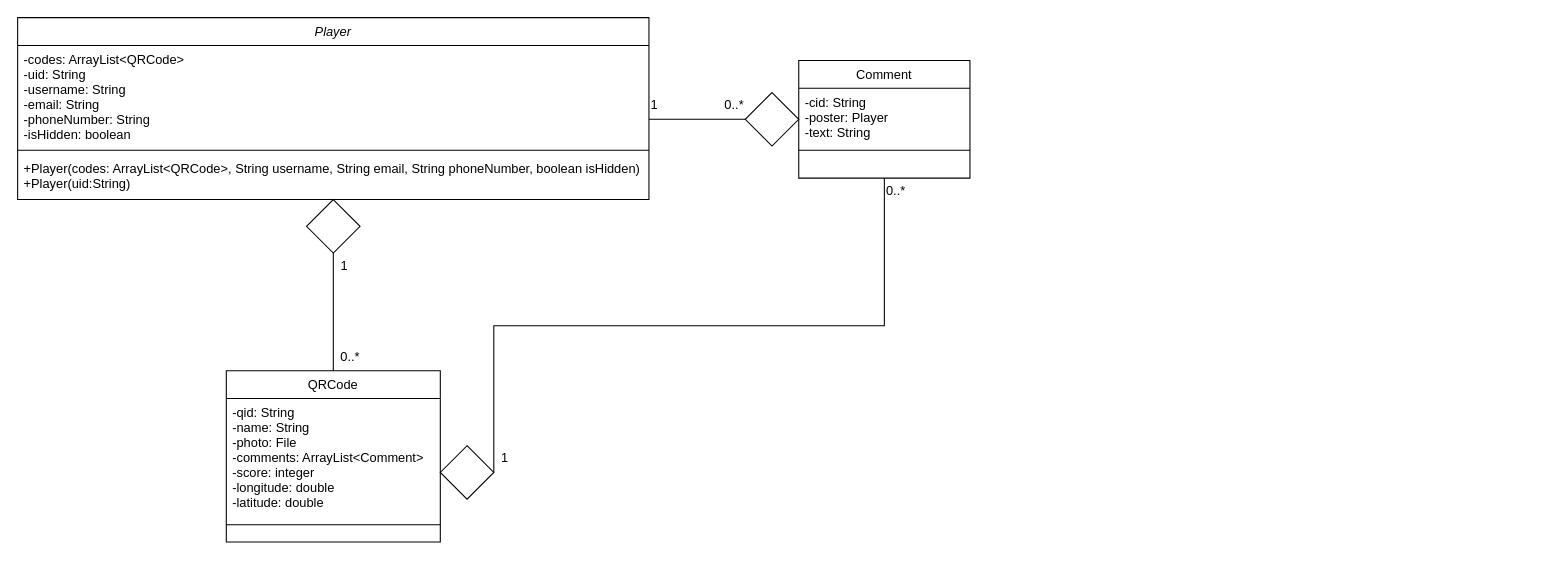
This is part3_temp_work/classdiagram.drawio from CMPUT301W23T18/Team18Project, a draw.io file, before an edit. Source tidied: cells renumbered, new cells numbered last; positions are measured from the earlier drawing's top-left corner, leaving out a move shared by most shapes. Both pictures are drawn from the tidied source at 107%, with x=0, y=0 at pixel (17, 17).
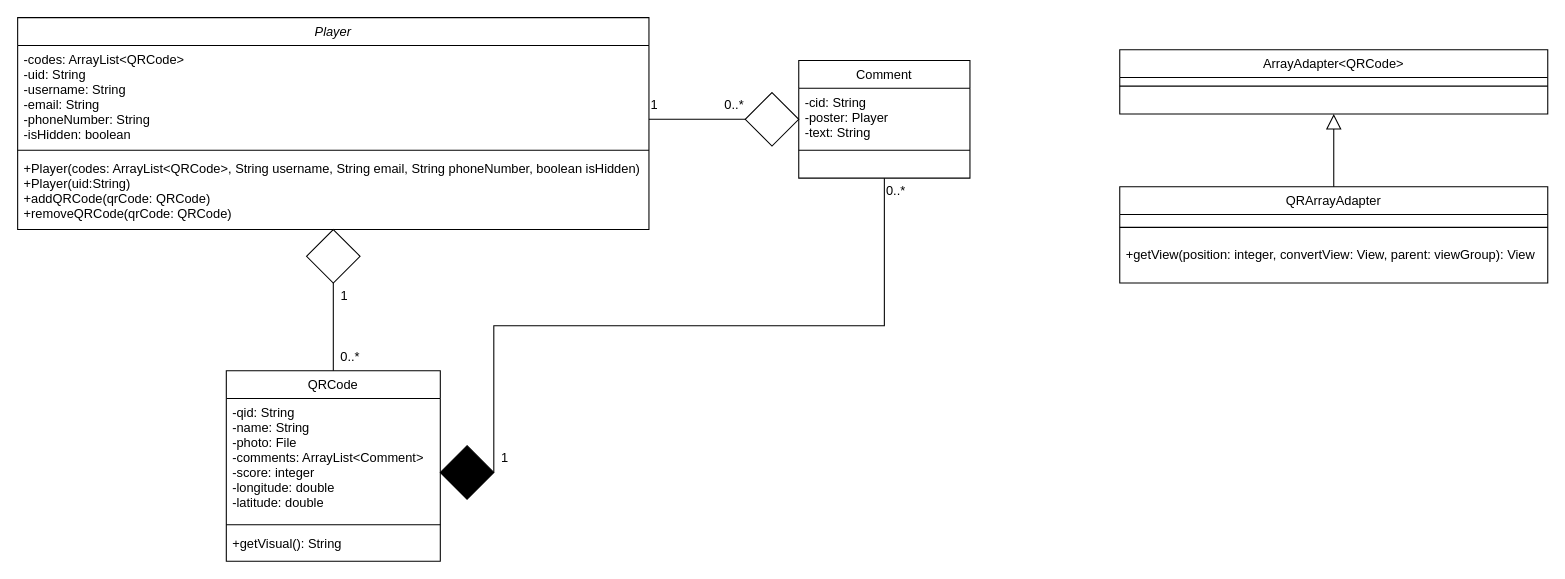
Above is the later version.

Commit message (it also covers changes not shown here):
Updated UML and added Javadoc

Unchanged cells that the change refers to:
```xml
<mxCell id="16" style="group;" parent="1" vertex="1">
  <mxGeometry width="590" height="220" as="geometry" />
</mxCell>
```

Change to the diagram source:
```diff
@@
     <mxCell id="2" value="QRCode" style="swimlane;fontStyle=0;align=center;verticalAlign=top;horizontal=1;startSize=26;rounded=0;shadow=0;strokeWidth=1;" parent="1" vertex="1">
-      <mxGeometry x="195" y="330" width="200" height="160" as="geometry" />
+      <mxGeometry x="195" y="330" width="200" height="178" as="geometry" />
     </mxCell>
@@
+    <mxCell id="26" value="+getVisual(): String" style="text;align=left;verticalAlign=top;spacingLeft=4;spacingRight=4;overflow=hidden;" parent="2" vertex="1">
+      <mxGeometry y="148" width="200" height="30" as="geometry" />
+    </mxCell>
@@
     <mxCell id="17" value="Player" style="swimlane;fontStyle=2;align=center;verticalAlign=top;horizontal=1;startSize=26;rounded=0;shadow=0;strokeWidth=1;" parent="16" vertex="1">
-      <mxGeometry width="590" height="170" as="geometry" />
+      <mxGeometry width="590" height="198" as="geometry" />
     </mxCell>
@@
-    <mxCell id="20" value="+Player(codes: ArrayList&lt;QRCode&gt;, String username, String email, String phoneNumber, boolean isHidden)&#10;+Player(uid:String)" style="text;align=left;verticalAlign=top;spacingLeft=4;spacingRight=4;overflow=hidden;" parent="17" vertex="1">
-      <mxGeometry y="128" width="590" height="42" as="geometry" />
+    <mxCell id="20" value="+Player(codes: ArrayList&lt;QRCode&gt;, String username, String email, String phoneNumber, boolean isHidden)&#10;+Player(uid:String)&#10;+addQRCode(qrCode: QRCode)&#10;+removeQRCode(qrCode: QRCode)" style="text;align=left;verticalAlign=top;spacingLeft=4;spacingRight=4;overflow=hidden;" parent="17" vertex="1">
+      <mxGeometry y="128" width="590" height="70" as="geometry" />
     </mxCell>
-    <mxCell id="21" style="rhombus;whiteSpace=wrap;html=1;" parent="16" vertex="1">
-      <mxGeometry x="270" y="170" width="50" height="50" as="geometry" />
-    </mxCell>
@@
-    <mxCell id="25" style="rhombus;whiteSpace=wrap;html=1;" parent="1" vertex="1">
+    <mxCell id="25" style="rhombus;whiteSpace=wrap;html=1;fillColor=#000000;" parent="1" vertex="1">
       <mxGeometry x="395" y="400" width="50" height="50" as="geometry" />
     </mxCell>
+    <mxCell id="21" style="rhombus;whiteSpace=wrap;html=1;" parent="1" vertex="1">
+      <mxGeometry x="270" y="198" width="50" height="50" as="geometry" />
+    </mxCell>
+    <mxCell id="27" style="group;" parent="1" vertex="1">
+      <mxGeometry x="1030" y="158" width="400" height="90" as="geometry" />
+    </mxCell>
+    <mxCell id="28" value="QRArrayAdapter" style="swimlane;fontStyle=0;align=center;verticalAlign=top;horizontal=1;startSize=26;rounded=0;shadow=0;strokeWidth=1;" parent="27" vertex="1">
+      <mxGeometry width="400" height="90" as="geometry" />
+    </mxCell>
+    <mxCell id="29" style="line;html=1;strokeWidth=1;align=left;verticalAlign=middle;spacingTop=-1;spacingLeft=3;spacingRight=3;labelPosition=right;" parent="27" vertex="1">
+      <mxGeometry y="26" width="400" height="24" as="geometry" />
+    </mxCell>
+    <mxCell id="30" value="+getView(position: integer, convertView: View, parent: viewGroup): View" style="text;align=left;verticalAlign=top;spacingLeft=4;spacingRight=4;overflow=hidden;" parent="27" vertex="1">
+      <mxGeometry y="50" width="400" height="30" as="geometry" />
+    </mxCell>
+    <mxCell id="31" style="group;" parent="1" vertex="1">
+      <mxGeometry x="1030" y="30" width="400" height="60" as="geometry" />
+    </mxCell>
+    <mxCell id="32" value="ArrayAdapter&lt;QRCode&gt;" style="swimlane;fontStyle=0;align=center;verticalAlign=top;horizontal=1;startSize=26;rounded=0;shadow=0;strokeWidth=1;" parent="31" vertex="1">
+      <mxGeometry width="400" height="60" as="geometry" />
+    </mxCell>
+    <mxCell id="33" style="line;html=1;strokeWidth=1;align=left;verticalAlign=middle;spacingTop=-1;spacingLeft=3;spacingRight=3;labelPosition=right;" parent="32" vertex="1">
+      <mxGeometry y="26" width="400" height="16" as="geometry" />
+    </mxCell>
+    <mxCell id="34" style="edgeStyle=orthogonalEdgeStyle;rounded=0;jettySize=auto;html=1;exitX=0.5;exitY=0;exitDx=0;exitDy=0;entryX=0.5;entryY=1;entryDx=0;entryDy=0;endArrow=block;endFill=0;endSize=12;" parent="1" edge="1" source="28" target="32">
+      <mxGeometry relative="1" as="geometry" />
+    </mxCell>
```
